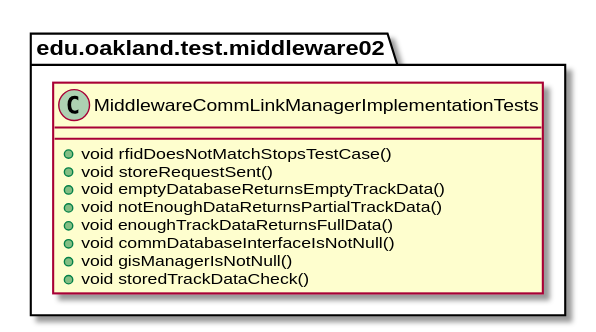
Above: docs/uml-class-diagrams/middleware02/test/MiddlewareCommLinkManagerImplementationTests/MiddlewareCommLinkManagerImplementationTests.svg in andrewdimmer/csi-3370-software-project (PlantUML), before the change. Source of this version:
```plantuml
@startuml MiddlewareCommLinkManagerImplementationTests

package edu.oakland.test.middleware02 {
    class MiddlewareCommLinkManagerImplementationTests {
        + void rfidDoesNotMatchStopsTestCase()
        + void storeRequestSent()
        + void emptyDatabaseReturnsEmptyTrackData()
        + void notEnoughDataReturnsPartialTrackData()
        + void enoughTrackDataReturnsFullData()
        + void commDatabaseInterfaceIsNotNull()
        + void gisManagerIsNotNull()
        + void storedTrackDataCheck()
    }
}

@enduml
```
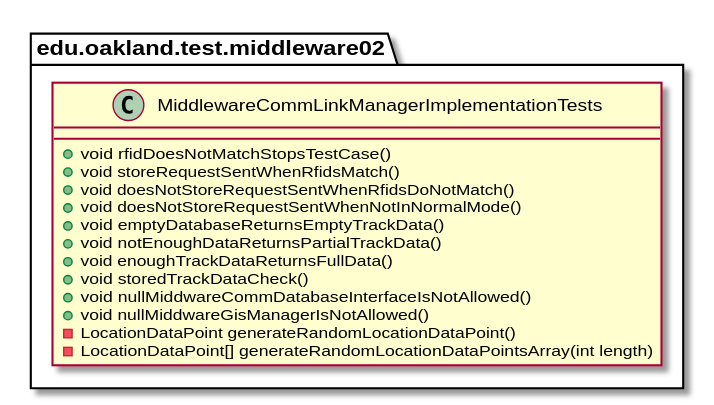
The same diagram one commit later.

What changed in the source:
```diff
@@ -3,13 +3,17 @@
 package edu.oakland.test.middleware02 {
     class MiddlewareCommLinkManagerImplementationTests {
         + void rfidDoesNotMatchStopsTestCase()
-        + void storeRequestSent()
+        + void storeRequestSentWhenRfidsMatch()
+        + void doesNotStoreRequestSentWhenRfidsDoNotMatch()
+        + void doesNotStoreRequestSentWhenNotInNormalMode()
         + void emptyDatabaseReturnsEmptyTrackData()
         + void notEnoughDataReturnsPartialTrackData()
         + void enoughTrackDataReturnsFullData()
-        + void commDatabaseInterfaceIsNotNull()
-        + void gisManagerIsNotNull()
         + void storedTrackDataCheck()
+        + void nullMiddwareCommDatabaseInterfaceIsNotAllowed()
+        + void nullMiddwareGisManagerIsNotAllowed()
+        - LocationDataPoint generateRandomLocationDataPoint()
+        - LocationDataPoint[] generateRandomLocationDataPointsArray(int length)
     }
 }
 
```
